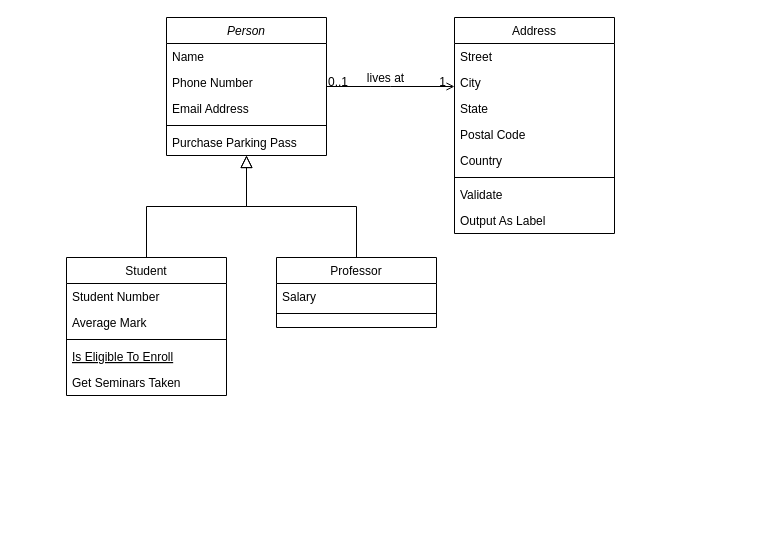
Earlier version of the draw.io diagram ERD.drawio (riekamaul/MandiriAssessment). Source tidied: cells renumbered, new cells numbered last; positions are measured from the earlier drawing's top-left corner, leaving out a move shared by most shapes. Both pictures are drawn from the tidied source at 100%, with x=0, y=0 at pixel (66, 17).
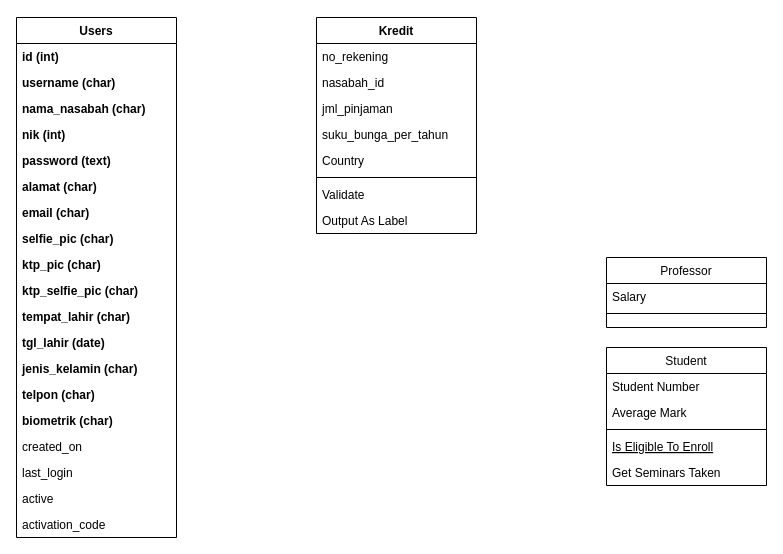
After the change.

Diff of the diagram source:
```diff
@@
-    <mxCell id="2" value="Person" style="swimlane;fontStyle=2;align=center;verticalAlign=top;horizontal=1;startSize=26;rounded=0;shadow=0;strokeWidth=1;" parent="1" vertex="1">
-      <mxGeometry x="100" width="160" height="138" as="geometry" />
+    <mxCell id="2" value="Users" style="swimlane;fontStyle=1;align=center;verticalAlign=top;horizontal=1;startSize=26;rounded=0;shadow=0;strokeWidth=1;" parent="1" vertex="1">
+      <mxGeometry x="-50" width="160" height="520" as="geometry" />
     </mxCell>
-    <mxCell id="3" value="Name" style="text;align=left;verticalAlign=top;spacingLeft=4;spacingRight=4;overflow=hidden;" parent="2" vertex="1">
+    <mxCell id="3" value="id (int)" style="text;align=left;verticalAlign=top;spacingLeft=4;spacingRight=4;overflow=hidden;fontStyle=1;" parent="2" vertex="1">
       <mxGeometry y="26" width="160" height="26" as="geometry" />
     </mxCell>
-    <mxCell id="4" value="Phone Number" style="text;align=left;verticalAlign=top;spacingLeft=4;spacingRight=4;overflow=hidden;rounded=0;shadow=0;html=0;" parent="2" vertex="1">
+    <mxCell id="4" value="username (char)" style="text;align=left;verticalAlign=top;spacingLeft=4;spacingRight=4;overflow=hidden;rounded=0;shadow=0;html=0;fontStyle=1;" parent="2" vertex="1">
       <mxGeometry y="52" width="160" height="26" as="geometry" />
     </mxCell>
-    <mxCell id="5" value="Email Address" style="text;align=left;verticalAlign=top;spacingLeft=4;spacingRight=4;overflow=hidden;rounded=0;shadow=0;html=0;" parent="2" vertex="1">
-      <mxGeometry y="78" width="160" height="26" as="geometry" />
-    </mxCell>
-    <mxCell id="6" style="line;html=1;strokeWidth=1;align=left;verticalAlign=middle;spacingTop=-1;spacingLeft=3;spacingRight=3;labelPosition=right;" parent="2" vertex="1">
-      <mxGeometry y="104" width="160" height="8" as="geometry" />
-    </mxCell>
-    <mxCell id="7" value="Purchase Parking Pass" style="text;align=left;verticalAlign=top;spacingLeft=4;spacingRight=4;overflow=hidden;" parent="2" vertex="1">
-      <mxGeometry y="112" width="160" height="26" as="geometry" />
-    </mxCell>
+    <mxCell id="32" value="nama_nasabah (char)" style="text;align=left;verticalAlign=top;spacingLeft=4;spacingRight=4;overflow=hidden;rounded=0;shadow=0;html=0;fontStyle=1;" parent="2" vertex="1">
+      <mxGeometry y="78" width="160" height="26" as="geometry" />
+    </mxCell>
+    <mxCell id="33" value="nik (int)" style="text;align=left;verticalAlign=top;spacingLeft=4;spacingRight=4;overflow=hidden;rounded=0;shadow=0;html=0;fontStyle=1;" parent="2" vertex="1">
+      <mxGeometry y="104" width="160" height="26" as="geometry" />
+    </mxCell>
+    <mxCell id="34" value="password (text)" style="text;align=left;verticalAlign=top;spacingLeft=4;spacingRight=4;overflow=hidden;rounded=0;shadow=0;html=0;fontStyle=1;" parent="2" vertex="1">
+      <mxGeometry y="130" width="160" height="26" as="geometry" />
+    </mxCell>
+    <mxCell id="35" value="alamat (char)" style="text;align=left;verticalAlign=top;spacingLeft=4;spacingRight=4;overflow=hidden;rounded=0;shadow=0;html=0;fontStyle=1;" parent="2" vertex="1">
+      <mxGeometry y="156" width="160" height="26" as="geometry" />
+    </mxCell>
+    <mxCell id="36" value="email (char)" style="text;align=left;verticalAlign=top;spacingLeft=4;spacingRight=4;overflow=hidden;rounded=0;shadow=0;html=0;fontStyle=1;" parent="2" vertex="1">
+      <mxGeometry y="182" width="160" height="26" as="geometry" />
+    </mxCell>
+    <mxCell id="37" value="selfie_pic (char)" style="text;align=left;verticalAlign=top;spacingLeft=4;spacingRight=4;overflow=hidden;rounded=0;shadow=0;html=0;fontStyle=1;" parent="2" vertex="1">
+      <mxGeometry y="208" width="160" height="26" as="geometry" />
+    </mxCell>
+    <mxCell id="38" value="ktp_pic (char)" style="text;align=left;verticalAlign=top;spacingLeft=4;spacingRight=4;overflow=hidden;rounded=0;shadow=0;html=0;fontStyle=1;" parent="2" vertex="1">
+      <mxGeometry y="234" width="160" height="26" as="geometry" />
+    </mxCell>
+    <mxCell id="39" value="ktp_selfie_pic (char)" style="text;align=left;verticalAlign=top;spacingLeft=4;spacingRight=4;overflow=hidden;rounded=0;shadow=0;html=0;fontStyle=1;" parent="2" vertex="1">
+      <mxGeometry y="260" width="160" height="26" as="geometry" />
+    </mxCell>
+    <mxCell id="40" value="tempat_lahir (char)" style="text;align=left;verticalAlign=top;spacingLeft=4;spacingRight=4;overflow=hidden;rounded=0;shadow=0;html=0;fontStyle=1;" parent="2" vertex="1">
+      <mxGeometry y="286" width="160" height="26" as="geometry" />
+    </mxCell>
+    <mxCell id="41" value="tgl_lahir (date)" style="text;align=left;verticalAlign=top;spacingLeft=4;spacingRight=4;overflow=hidden;rounded=0;shadow=0;html=0;fontStyle=1;" parent="2" vertex="1">
+      <mxGeometry y="312" width="160" height="26" as="geometry" />
+    </mxCell>
+    <mxCell id="42" value="jenis_kelamin (char)" style="text;align=left;verticalAlign=top;spacingLeft=4;spacingRight=4;overflow=hidden;rounded=0;shadow=0;html=0;fontStyle=1;" parent="2" vertex="1">
+      <mxGeometry y="338" width="160" height="26" as="geometry" />
+    </mxCell>
+    <mxCell id="43" value="telpon (char)" style="text;align=left;verticalAlign=top;spacingLeft=4;spacingRight=4;overflow=hidden;rounded=0;shadow=0;html=0;fontStyle=1;" parent="2" vertex="1">
+      <mxGeometry y="364" width="160" height="26" as="geometry" />
+    </mxCell>
+    <mxCell id="44" value="biometrik (char)" style="text;align=left;verticalAlign=top;spacingLeft=4;spacingRight=4;overflow=hidden;rounded=0;shadow=0;html=0;fontStyle=1;" parent="2" vertex="1">
+      <mxGeometry y="390" width="160" height="26" as="geometry" />
+    </mxCell>
+    <mxCell id="45" value="created_on" style="text;align=left;verticalAlign=top;spacingLeft=4;spacingRight=4;overflow=hidden;rounded=0;shadow=0;html=0;" parent="2" vertex="1">
+      <mxGeometry y="416" width="160" height="26" as="geometry" />
+    </mxCell>
+    <mxCell id="46" value="last_login" style="text;align=left;verticalAlign=top;spacingLeft=4;spacingRight=4;overflow=hidden;rounded=0;shadow=0;html=0;" parent="2" vertex="1">
+      <mxGeometry y="442" width="160" height="26" as="geometry" />
+    </mxCell>
+    <mxCell id="47" value="active" style="text;align=left;verticalAlign=top;spacingLeft=4;spacingRight=4;overflow=hidden;rounded=0;shadow=0;html=0;" parent="2" vertex="1">
+      <mxGeometry y="468" width="160" height="26" as="geometry" />
+    </mxCell>
+    <mxCell id="48" value="activation_code" style="text;align=left;verticalAlign=top;spacingLeft=4;spacingRight=4;overflow=hidden;rounded=0;shadow=0;html=0;" parent="2" vertex="1">
+      <mxGeometry y="494" width="160" height="26" as="geometry" />
+    </mxCell>
     <mxCell id="8" value="Student" style="swimlane;fontStyle=0;align=center;verticalAlign=top;horizontal=1;startSize=26;rounded=0;shadow=0;strokeWidth=1;" parent="1" vertex="1">
-      <mxGeometry y="240" width="160" height="138" as="geometry" />
+      <mxGeometry x="540" y="330" width="160" height="138" as="geometry" />
     </mxCell>
@@
-    <mxCell id="14" style="endArrow=block;endSize=10;endFill=0;shadow=0;strokeWidth=1;rounded=0;edgeStyle=elbowEdgeStyle;elbow=vertical;" parent="1" edge="1" source="8" target="2">
-      <mxGeometry relative="1" as="geometry" />
-    </mxCell>
     <mxCell id="15" value="Professor" style="swimlane;fontStyle=0;align=center;verticalAlign=top;horizontal=1;startSize=26;rounded=0;shadow=0;strokeWidth=1;" parent="1" vertex="1">
-      <mxGeometry x="210" y="240" width="160" height="70" as="geometry" />
+      <mxGeometry x="540" y="240" width="160" height="70" as="geometry" />
     </mxCell>
@@
-    <mxCell id="18" style="endArrow=block;endSize=10;endFill=0;shadow=0;strokeWidth=1;rounded=0;edgeStyle=elbowEdgeStyle;elbow=vertical;" parent="1" edge="1" source="15" target="2">
-      <mxGeometry relative="1" as="geometry" />
-    </mxCell>
-    <mxCell id="19" value="Address" style="swimlane;fontStyle=0;align=center;verticalAlign=top;horizontal=1;startSize=26;rounded=0;shadow=0;strokeWidth=1;" parent="1" vertex="1">
-      <mxGeometry x="388" width="160" height="216" as="geometry" />
+    <mxCell id="19" value="Kredit" style="swimlane;fontStyle=1;align=center;verticalAlign=top;horizontal=1;startSize=26;rounded=0;shadow=0;strokeWidth=1;" parent="1" vertex="1">
+      <mxGeometry x="250" width="160" height="216" as="geometry" />
     </mxCell>
-    <mxCell id="20" value="Street" style="text;align=left;verticalAlign=top;spacingLeft=4;spacingRight=4;overflow=hidden;" parent="19" vertex="1">
+    <mxCell id="20" value="no_rekening" style="text;align=left;verticalAlign=top;spacingLeft=4;spacingRight=4;overflow=hidden;" parent="19" vertex="1">
       <mxGeometry y="26" width="160" height="26" as="geometry" />
     </mxCell>
-    <mxCell id="21" value="City" style="text;align=left;verticalAlign=top;spacingLeft=4;spacingRight=4;overflow=hidden;rounded=0;shadow=0;html=0;" parent="19" vertex="1">
+    <mxCell id="21" value="nasabah_id" style="text;align=left;verticalAlign=top;spacingLeft=4;spacingRight=4;overflow=hidden;rounded=0;shadow=0;html=0;" parent="19" vertex="1">
       <mxGeometry y="52" width="160" height="26" as="geometry" />
     </mxCell>
-    <mxCell id="22" value="State" style="text;align=left;verticalAlign=top;spacingLeft=4;spacingRight=4;overflow=hidden;rounded=0;shadow=0;html=0;" parent="19" vertex="1">
+    <mxCell id="22" value="jml_pinjaman" style="text;align=left;verticalAlign=top;spacingLeft=4;spacingRight=4;overflow=hidden;rounded=0;shadow=0;html=0;" parent="19" vertex="1">
       <mxGeometry y="78" width="160" height="26" as="geometry" />
     </mxCell>
-    <mxCell id="23" value="Postal Code" style="text;align=left;verticalAlign=top;spacingLeft=4;spacingRight=4;overflow=hidden;rounded=0;shadow=0;html=0;" parent="19" vertex="1">
+    <mxCell id="23" value="suku_bunga_per_tahun" style="text;align=left;verticalAlign=top;spacingLeft=4;spacingRight=4;overflow=hidden;rounded=0;shadow=0;html=0;" parent="19" vertex="1">
       <mxGeometry y="104" width="160" height="26" as="geometry" />
     </mxCell>
@@
-    <mxCell id="28" style="endArrow=open;shadow=0;strokeWidth=1;rounded=0;endFill=1;edgeStyle=elbowEdgeStyle;elbow=vertical;" parent="1" edge="1" source="2" target="19">
-      <mxGeometry x="0.5" y="41" relative="1" as="geometry">
-        <mxPoint x="-40" y="32" as="offset" />
-      </mxGeometry>
-    </mxCell>
-    <mxCell id="29" value="0..1" style="align=left;verticalAlign=bottom;labelBackgroundColor=none;fontSize=12;" parent="28" vertex="1">
-      <mxGeometry x="-1" relative="1" as="geometry">
-        <mxPoint y="4" as="offset" />
-      </mxGeometry>
-    </mxCell>
-    <mxCell id="30" value="1" style="align=right;verticalAlign=bottom;labelBackgroundColor=none;fontSize=12;" parent="28" vertex="1">
-      <mxGeometry x="1" relative="1" as="geometry">
-        <mxPoint x="-7" y="4" as="offset" />
-      </mxGeometry>
-    </mxCell>
-    <mxCell id="31" value="lives at" style="text;html=1;align=center;verticalAlign=middle;labelBackgroundColor=none;rounded=0;shadow=0;strokeWidth=1;fontSize=12;" parent="28" vertex="1">
-      <mxGeometry x="0.5" y="49" relative="1" as="geometry">
-        <mxPoint x="-38" y="40" as="offset" />
-      </mxGeometry>
-    </mxCell>
```
